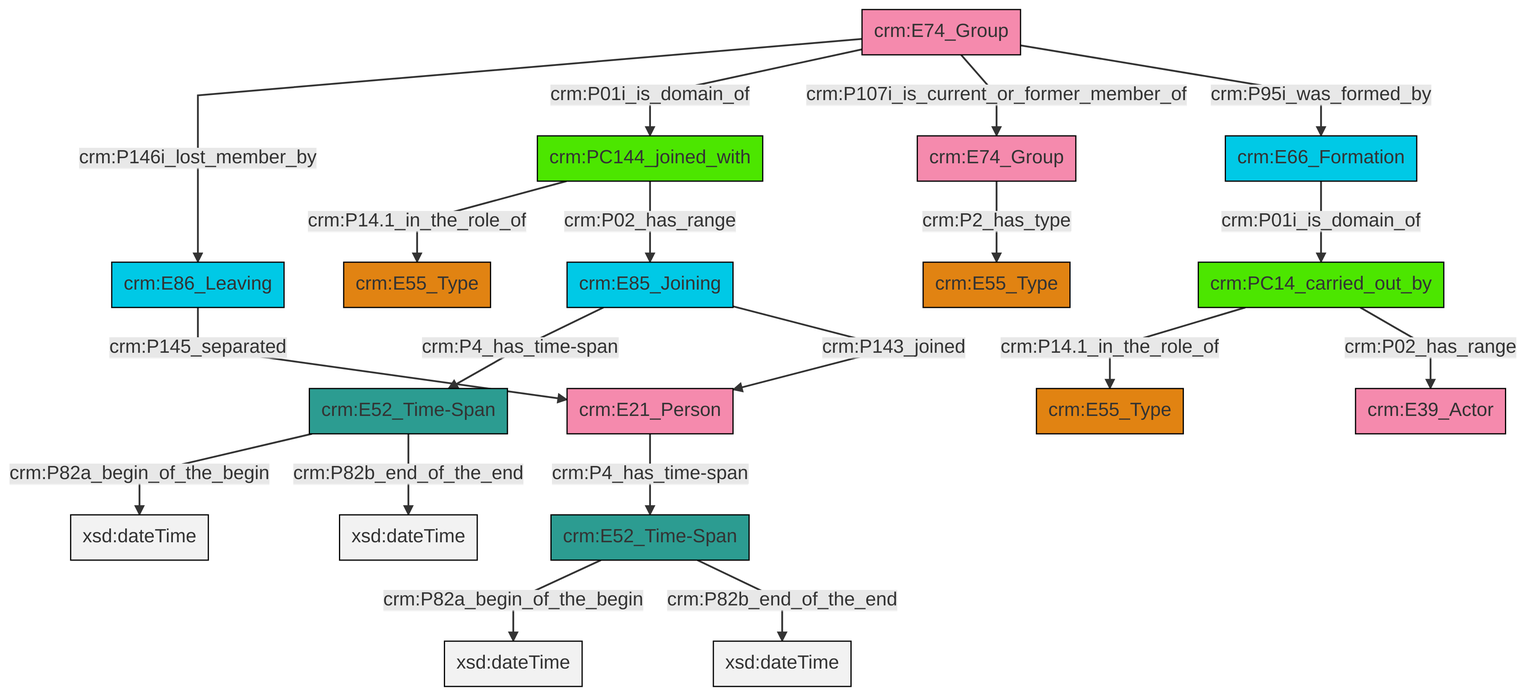
This is et/groupCSV/ttl/mmd/png/group_actor_relations.png from swiss-art-research-net/docs.swissartresearch, a Mermaid export, as it was before one commit. Its source is kept beside it as et/groupCSV/ttl/mmd/group_actor_relations.ttl.mmd.
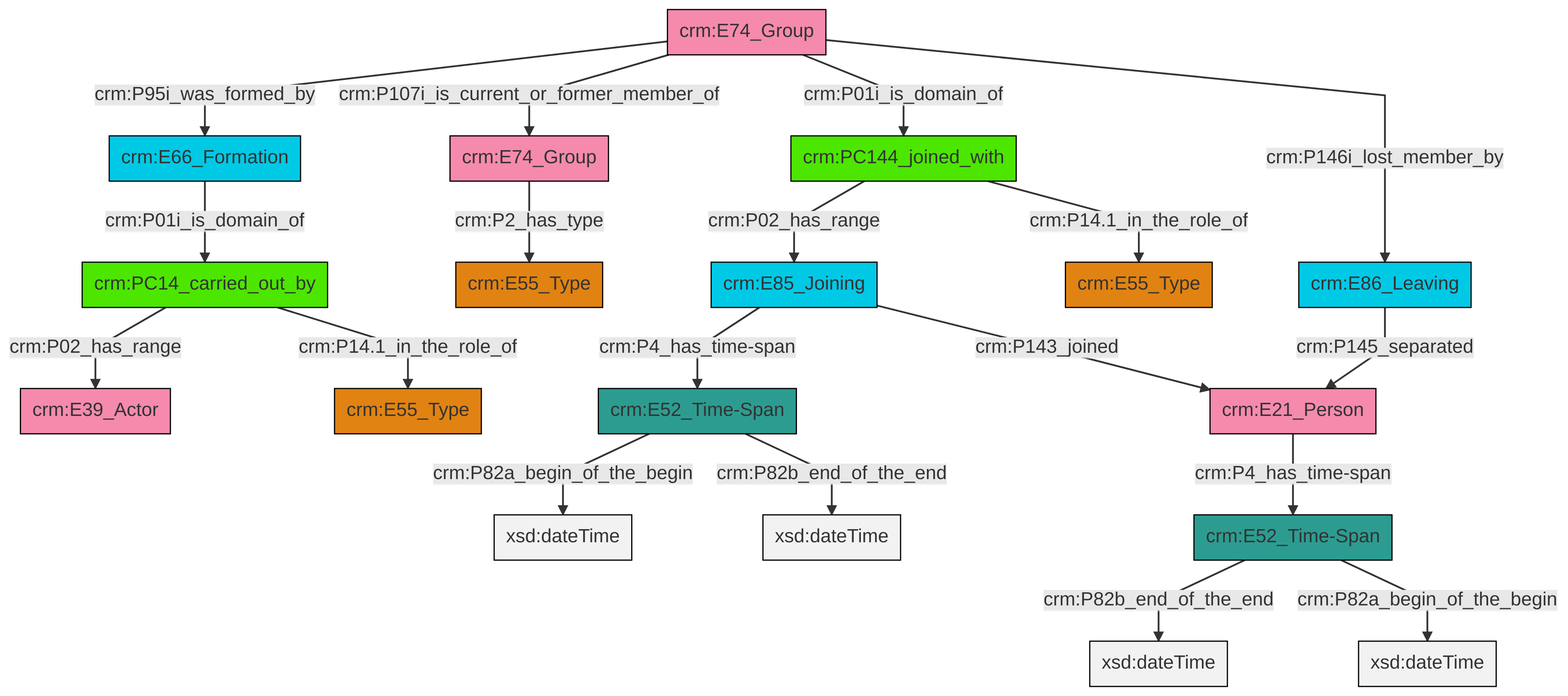
After the commit.

Change to the diagram source:
```diff
@@ -13,21 +13,21 @@
 classDef PC_Classes fill:#4ce600, stroke:#000000;
 classDef Multi fill:#cccccc,stroke:#000000;
 
-0["crm:E52_Time-Span"]:::Time-Span -->|crm:P82a_begin_of_the_begin| 1[xsd:dateTime]:::Literal
-2["crm:PC144_joined_with"]:::PC_Classes -->|crm:P14.1_in_the_role_of| 3["crm:E55_Type"]:::Type
-2["crm:PC144_joined_with"]:::PC_Classes -->|crm:P02_has_range| 11["crm:E85_Joining"]:::Temporal_Entity
-5["crm:PC14_carried_out_by"]:::PC_Classes -->|crm:P14.1_in_the_role_of| 12["crm:E55_Type"]:::Type
-13["crm:E52_Time-Span"]:::Time-Span -->|crm:P82a_begin_of_the_begin| 14[xsd:dateTime]:::Literal
-13["crm:E52_Time-Span"]:::Time-Span -->|crm:P82b_end_of_the_end| 15[xsd:dateTime]:::Literal
-20["crm:E74_Group"]:::Actor -->|crm:P2_has_type| 8["crm:E55_Type"]:::Type
-18["crm:E86_Leaving"]:::Temporal_Entity -->|crm:P145_separated| 21["crm:E21_Person"]:::Actor
-21["crm:E21_Person"]:::Actor -->|crm:P4_has_time-span| 13["crm:E52_Time-Span"]:::Time-Span
-11["crm:E85_Joining"]:::Temporal_Entity -->|crm:P4_has_time-span| 0["crm:E52_Time-Span"]:::Time-Span
-25["crm:E66_Formation"]:::Temporal_Entity -->|crm:P01i_is_domain_of| 5["crm:PC14_carried_out_by"]:::PC_Classes
-16["crm:E74_Group"]:::Actor -->|crm:P146i_lost_member_by| 18["crm:E86_Leaving"]:::Temporal_Entity
-11["crm:E85_Joining"]:::Temporal_Entity -->|crm:P143_joined| 21["crm:E21_Person"]:::Actor
-0["crm:E52_Time-Span"]:::Time-Span -->|crm:P82b_end_of_the_end| 26[xsd:dateTime]:::Literal
-5["crm:PC14_carried_out_by"]:::PC_Classes -->|crm:P02_has_range| 27["crm:E39_Actor"]:::Actor
-16["crm:E74_Group"]:::Actor -->|crm:P01i_is_domain_of| 2["crm:PC144_joined_with"]:::PC_Classes
-16["crm:E74_Group"]:::Actor -->|crm:P107i_is_current_or_former_member_of| 20["crm:E74_Group"]:::Actor
-16["crm:E74_Group"]:::Actor -->|crm:P95i_was_formed_by| 25["crm:E66_Formation"]:::Temporal_Entity
+2["crm:E52_Time-Span"]:::Time-Span -->|crm:P82b_end_of_the_end| 3[xsd:dateTime]:::Literal
+6["crm:E85_Joining"]:::Temporal_Entity -->|crm:P4_has_time-span| 4["crm:E52_Time-Span"]:::Time-Span
+11["crm:PC14_carried_out_by"]:::PC_Classes -->|crm:P02_has_range| 12["crm:E39_Actor"]:::Actor
+7["crm:E74_Group"]:::Actor -->|crm:P2_has_type| 9["crm:E55_Type"]:::Type
+15["crm:E74_Group"]:::Actor -->|crm:P95i_was_formed_by| 16["crm:E66_Formation"]:::Temporal_Entity
+2["crm:E52_Time-Span"]:::Time-Span -->|crm:P82a_begin_of_the_begin| 19[xsd:dateTime]:::Literal
+15["crm:E74_Group"]:::Actor -->|crm:P107i_is_current_or_former_member_of| 7["crm:E74_Group"]:::Actor
+23["crm:PC144_joined_with"]:::PC_Classes -->|crm:P02_has_range| 6["crm:E85_Joining"]:::Temporal_Entity
+25["crm:E21_Person"]:::Actor -->|crm:P4_has_time-span| 2["crm:E52_Time-Span"]:::Time-Span
+23["crm:PC144_joined_with"]:::PC_Classes -->|crm:P14.1_in_the_role_of| 17["crm:E55_Type"]:::Type
+0["crm:E86_Leaving"]:::Temporal_Entity -->|crm:P145_separated| 25["crm:E21_Person"]:::Actor
+15["crm:E74_Group"]:::Actor -->|crm:P01i_is_domain_of| 23["crm:PC144_joined_with"]:::PC_Classes
+6["crm:E85_Joining"]:::Temporal_Entity -->|crm:P143_joined| 25["crm:E21_Person"]:::Actor
+4["crm:E52_Time-Span"]:::Time-Span -->|crm:P82a_begin_of_the_begin| 32[xsd:dateTime]:::Literal
+15["crm:E74_Group"]:::Actor -->|crm:P146i_lost_member_by| 0["crm:E86_Leaving"]:::Temporal_Entity
+16["crm:E66_Formation"]:::Temporal_Entity -->|crm:P01i_is_domain_of| 11["crm:PC14_carried_out_by"]:::PC_Classes
+11["crm:PC14_carried_out_by"]:::PC_Classes -->|crm:P14.1_in_the_role_of| 20["crm:E55_Type"]:::Type
+4["crm:E52_Time-Span"]:::Time-Span -->|crm:P82b_end_of_the_end| 34[xsd:dateTime]:::Literal
```
